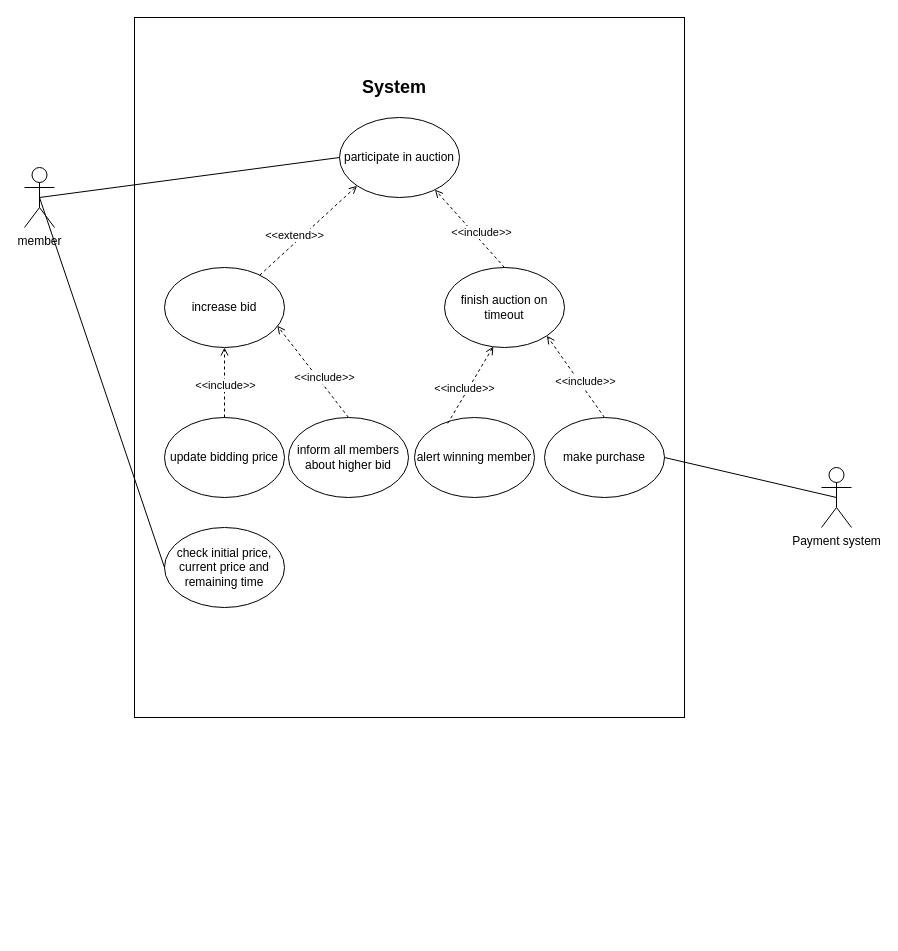
This is page "auction purchase" (4 of 5) of use cases/use case 2.9.drawio from LevyIfta/Team-19B-Project, a draw.io file, before an edit. Source tidied: cells renumbered, new cells numbered last; positions are measured from the earlier drawing's top-left corner, leaving out a move shared by most shapes. Both pictures are drawn from the tidied source at 100%, with x=0, y=0 at pixel (24, 17).
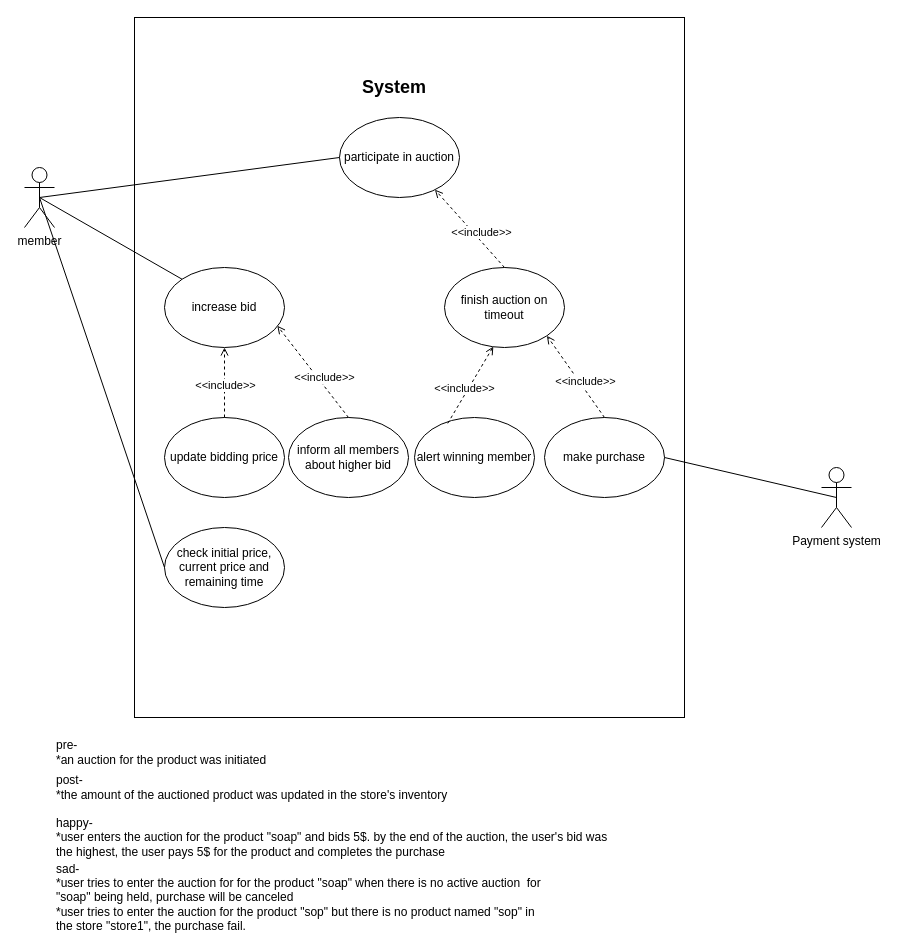
The same page after the edit.

Unchanged cells that the change refers to:
```xml
<mxCell id="4" value="member" style="shape=umlActor;verticalLabelPosition=bottom;verticalAlign=top;html=1;outlineConnect=0;" parent="1" vertex="1">
  <mxGeometry y="150" width="30" height="60" as="geometry" />
</mxCell>
<mxCell id="5" value="participate in auction" style="ellipse;whiteSpace=wrap;html=1;" parent="1" vertex="1">
  <mxGeometry x="315" y="100" width="120" height="80" as="geometry" />
</mxCell>
<mxCell id="6" value="increase bid" style="ellipse;whiteSpace=wrap;html=1;" parent="1" vertex="1">
  <mxGeometry x="140" y="250" width="120" height="80" as="geometry" />
</mxCell>
```

Change to the diagram source:
```diff
@@
+    <mxCell id="29" style="endArrow=none;html=1;strokeWidth=1;entryX=0;entryY=0;entryDx=0;entryDy=0;exitX=0.5;exitY=0.5;exitDx=0;exitDy=0;exitPerimeter=0;" parent="1" edge="1" source="4" target="6">
+      <mxGeometry relative="1" as="geometry" />
+    </mxCell>
@@
-    <mxCell id="27" style="endArrow=open;dashed=1;html=1;strokeWidth=1;entryX=0;entryY=1;entryDx=0;entryDy=0;endFill=0;" parent="1" edge="1" source="6" target="5">
-      <mxGeometry relative="1" as="geometry" />
-    </mxCell>
-    <mxCell id="28" value="&amp;lt;&amp;lt;extend&amp;gt;&amp;gt;" style="edgeLabel;html=1;align=center;verticalAlign=middle;" parent="27" vertex="1">
-      <mxGeometry x="-0.31" relative="1" as="geometry">
-        <mxPoint y="-9" as="offset" />
-      </mxGeometry>
-    </mxCell>
+    <mxCell id="30" value="pre-&lt;br&gt;*an auction for the product was initiated&amp;nbsp;" style="text;html=1;align=left;verticalAlign=middle;strokeColor=none;" parent="1" vertex="1">
+      <mxGeometry x="30" y="720" width="230" height="30" as="geometry" />
+    </mxCell>
+    <mxCell id="31" value="post-&lt;br&gt;*the amount of the auctioned product was updated in the store's inventory" style="text;html=1;strokeColor=none;fillColor=none;align=left;verticalAlign=middle;whiteSpace=wrap;rounded=0;" parent="1" vertex="1">
+      <mxGeometry x="30" y="760" width="570" height="20" as="geometry" />
+    </mxCell>
+    <mxCell id="32" value="happy-&lt;br&gt;*user enters the auction for the product &quot;soap&quot; and bids 5$. by the end of the auction, the user's bid was the highest, the user pays 5$ for the product and completes the purchase" style="text;html=1;strokeColor=none;fillColor=none;align=left;verticalAlign=middle;whiteSpace=wrap;rounded=0;" parent="1" vertex="1">
+      <mxGeometry x="30" y="810" width="570" height="20" as="geometry" />
+    </mxCell>
+    <mxCell id="33" value="sad-&lt;br&gt;*user tries to enter the auction for for the product &quot;soap&quot; when there is no active auction&amp;nbsp; for &quot;soap&quot; being held, purchase will be canceled&lt;br&gt;*user tries to enter the auction for the product &quot;sop&quot; but there is no product named &quot;sop&quot; in the store &quot;store1&quot;, the purchase fail." style="text;html=1;strokeColor=none;fillColor=none;align=left;verticalAlign=middle;whiteSpace=wrap;rounded=0;" parent="1" vertex="1">
+      <mxGeometry x="30" y="870" width="490" height="20" as="geometry" />
+    </mxCell>
```
